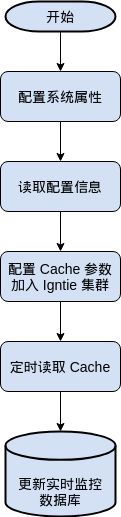
Before: FlowCharts/SensorHub_FlowChart.png, a diagram exported from draw.io (rangerzhou/ImageHosting). Source tidied: cells renumbered, new cells last; positions are measured from the earlier drawing's top-left corner, leaving out a move shared by most shapes.
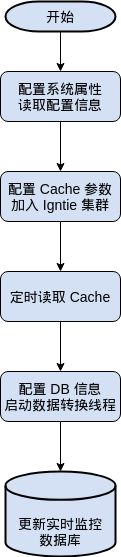
After the change.

Diff of the diagram source:
```diff
@@ -8,35 +8,37 @@
     <mxCell id="3" value="&lt;font style=&quot;font-size: 14px&quot;&gt;开始&lt;/font&gt;" style="strokeWidth=2;html=1;shape=mxgraph.flowchart.terminator;whiteSpace=wrap;fillColor=#D4E1F5;" parent="1" vertex="1">
       <mxGeometry x="5" width="110" height="30" as="geometry" />
     </mxCell>
-    <mxCell id="4" style="edgeStyle=orthogonalEdgeStyle;rounded=0;jettySize=auto;html=1;" parent="1" edge="1" source="5" target="7">
-      <mxGeometry relative="1" as="geometry" />
-    </mxCell>
-    <mxCell id="5" value="&lt;font style=&quot;font-size: 14px&quot;&gt;配置系统属性&lt;/font&gt;" style="rounded=1;whiteSpace=wrap;html=1;fillColor=#D4E1F5;" parent="1" vertex="1">
+    <mxCell id="5" value="&lt;font style=&quot;font-size: 14px&quot;&gt;配置系统属性&lt;br&gt;读取配置信息&lt;br&gt;&lt;/font&gt;" style="rounded=1;whiteSpace=wrap;html=1;fillColor=#D4E1F5;" parent="1" vertex="1">
       <mxGeometry y="70" width="120" height="50" as="geometry" />
     </mxCell>
-    <mxCell id="6" style="edgeStyle=orthogonalEdgeStyle;rounded=0;jettySize=auto;html=1;" parent="1" edge="1" source="7" target="9">
-      <mxGeometry relative="1" as="geometry" />
+    <mxCell id="6" style="edgeStyle=orthogonalEdgeStyle;rounded=0;jettySize=auto;html=1;" parent="1" edge="1" target="9">
+      <mxGeometry relative="1" as="geometry">
+        <mxPoint x="60" y="120" as="sourcePoint" />
+      </mxGeometry>
     </mxCell>
-    <mxCell id="7" value="&lt;font style=&quot;font-size: 14px&quot;&gt;读取配置信息&lt;/font&gt;" style="rounded=1;whiteSpace=wrap;html=1;fillColor=#D4E1F5;" parent="1" vertex="1">
-      <mxGeometry y="160" width="120" height="50" as="geometry" />
-    </mxCell>
     <mxCell id="8" style="edgeStyle=orthogonalEdgeStyle;rounded=0;jettySize=auto;html=1;" parent="1" edge="1" source="9" target="11">
       <mxGeometry relative="1" as="geometry" />
     </mxCell>
     <mxCell id="9" value="&lt;font style=&quot;font-size: 14px&quot;&gt;配置 Cache 参数&lt;br&gt;加入 Igntie 集群&lt;/font&gt;" style="rounded=1;whiteSpace=wrap;html=1;fillColor=#D4E1F5;" parent="1" vertex="1">
-      <mxGeometry y="250" width="120" height="50" as="geometry" />
+      <mxGeometry y="170" width="120" height="50" as="geometry" />
     </mxCell>
-    <mxCell id="10" style="edgeStyle=orthogonalEdgeStyle;rounded=0;jettySize=auto;html=1;" parent="1" edge="1" source="11" target="12">
-      <mxGeometry relative="1" as="geometry" />
-    </mxCell>
+    <mxCell id="14" style="edgeStyle=orthogonalEdgeStyle;rounded=0;jettySize=auto;html=1;" parent="1" edge="1" source="11" target="16">
+      <mxGeometry relative="1" as="geometry" />
+    </mxCell>
     <mxCell id="11" value="&lt;span style=&quot;font-size: 14px&quot;&gt;定时读取 Cache&lt;/span&gt;" style="rounded=1;whiteSpace=wrap;html=1;fillColor=#D4E1F5;" parent="1" vertex="1">
-      <mxGeometry y="340" width="120" height="50" as="geometry" />
+      <mxGeometry y="270" width="120" height="50" as="geometry" />
     </mxCell>
     <mxCell id="12" style="strokeWidth=2;html=1;shape=mxgraph.flowchart.database;whiteSpace=wrap;fillColor=#D4E1F5;" parent="1" vertex="1">
-      <mxGeometry x="5" y="430" width="110" height="85" as="geometry" />
+      <mxGeometry x="5" y="470" width="110" height="85" as="geometry" />
     </mxCell>
     <mxCell id="13" value="&lt;font style=&quot;font-size: 14px&quot;&gt;更新实时监控&lt;br&gt;数据库&lt;/font&gt;" style="text;html=1;strokeColor=none;fillColor=none;align=center;verticalAlign=middle;whiteSpace=wrap;rounded=0;" parent="1" vertex="1">
-      <mxGeometry x="5" y="480" width="110" height="20" as="geometry" />
+      <mxGeometry x="5" y="520" width="110" height="20" as="geometry" />
     </mxCell>
+    <mxCell id="15" style="edgeStyle=orthogonalEdgeStyle;rounded=0;jettySize=auto;html=1;" parent="1" edge="1" source="16" target="12">
+      <mxGeometry relative="1" as="geometry" />
+    </mxCell>
+    <mxCell id="16" value="&lt;span style=&quot;font-size: 14px&quot;&gt;配置 DB 信息&lt;br&gt;启动数据转换线程&lt;br&gt;&lt;/span&gt;" style="rounded=1;whiteSpace=wrap;html=1;fillColor=#D4E1F5;" parent="1" vertex="1">
+      <mxGeometry y="370" width="120" height="50" as="geometry" />
+    </mxCell>
   </root>
 </mxGraphModel>
```
